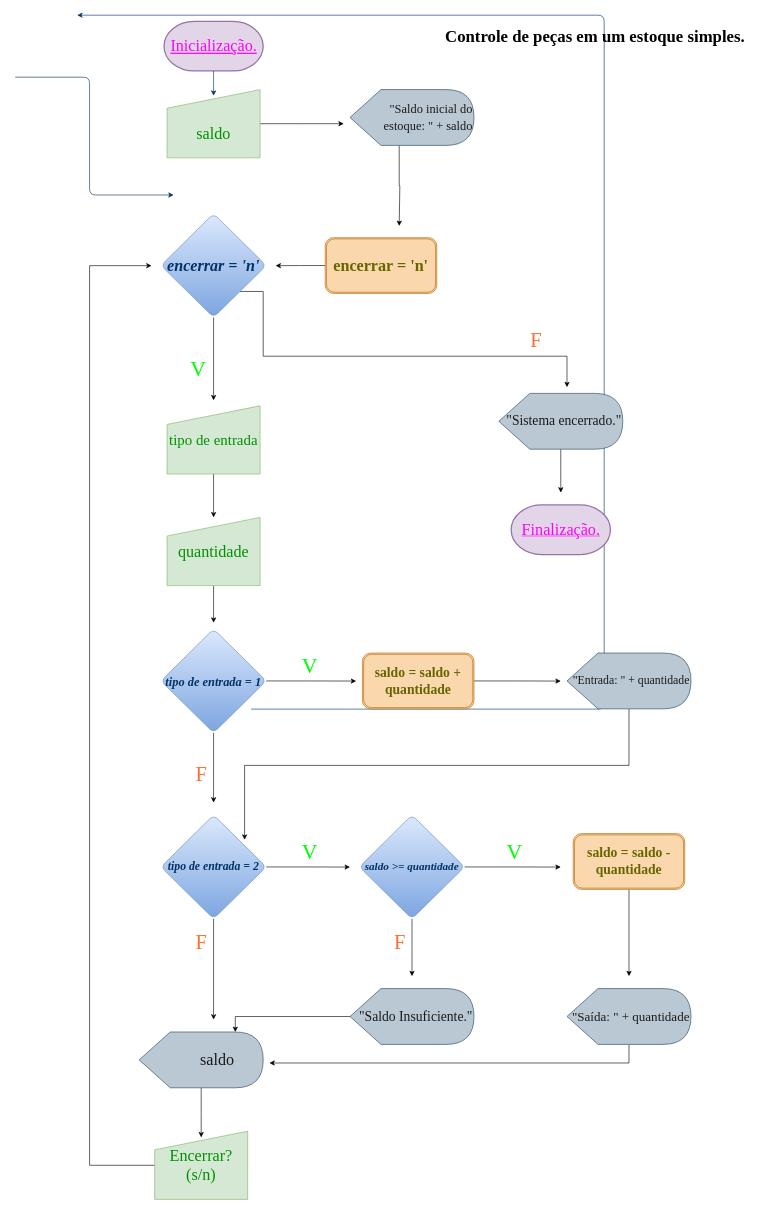
petterkrupp/OnlineRepository keeps this draw.io diagram as Untitled Diagram.drawio. Above is the earlier version. Source tidied: cells renumbered, new cells numbered last; positions are measured from the earlier drawing's top-left corner, leaving out a move shared by most shapes. Both pictures are drawn from the tidied source at 62%, with x=0, y=0 at pixel (15, 15).
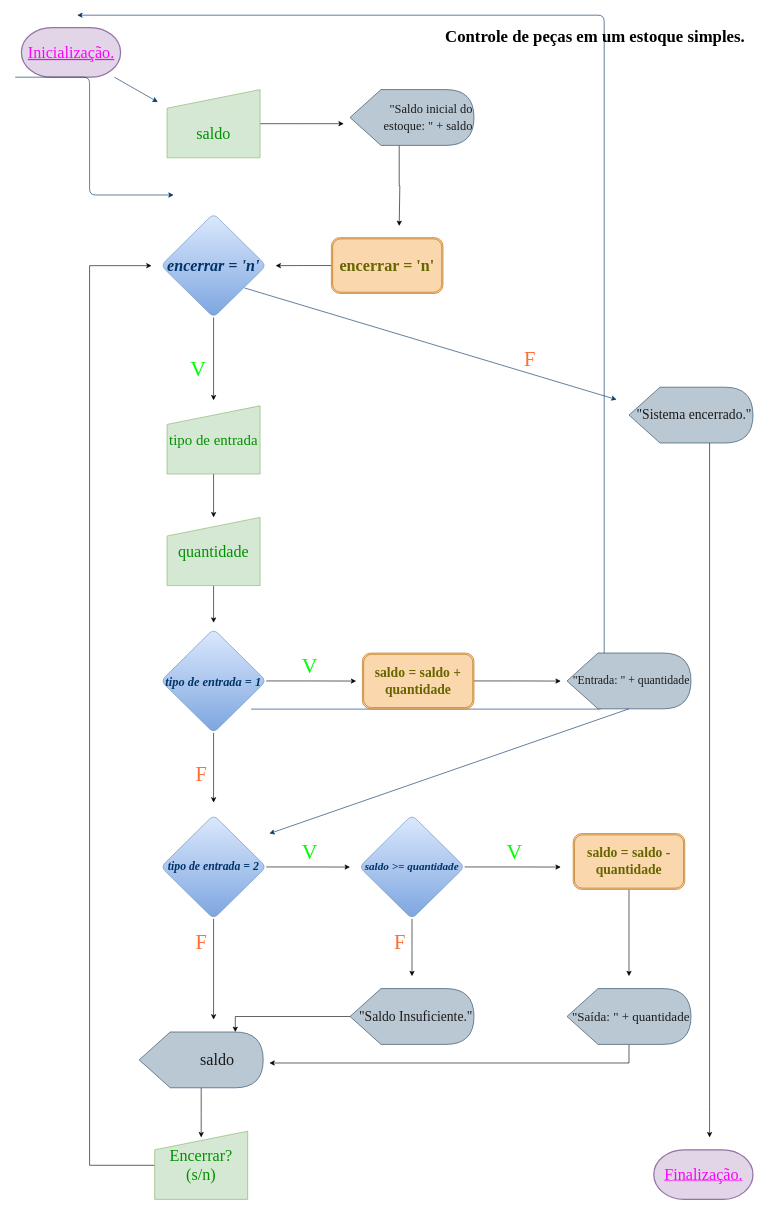
The same diagram, later.

Unchanged cells that the change refers to:
```xml
<mxCell id="14" value="&lt;font color=&quot;#003366&quot; style=&quot;font-size: 26px;&quot;&gt;encerrar = 'n'&lt;/font&gt;" style="rhombus;whiteSpace=wrap;html=1;rounded=1;fillColor=#dae8fc;strokeColor=#6c8ebf;gradientColor=#7ea6e0;fontFamily=Times New Roman;fontStyle=3;fontSize=26;" parent="1" vertex="1">
  <mxGeometry x="235" y="320" width="170" height="167.5" as="geometry" />
</mxCell>
<mxCell id="25" value="&lt;font style=&quot;font-size: 19px;&quot;&gt;&quot;Entrada: &quot; + quantidade&lt;/font&gt;" style="shape=display;whiteSpace=wrap;html=1;fillColor=#bac8d3;strokeColor=#23445d;fontFamily=Times New Roman;align=right;fontColor=#1A1A1A;fontSize=19;" parent="1" vertex="1">
  <mxGeometry x="890" y="1028.8" width="200" height="90" as="geometry" />
</mxCell>
```

The edit, as a diff of the source:
```diff
@@
     <mxCell id="2" value="&lt;font style=&quot;font-size: 26px;&quot;&gt;Inicialização.&lt;/font&gt;" style="shape=mxgraph.flowchart.terminator;strokeWidth=2;gradientDirection=north;fontStyle=4;html=1;fillColor=#e1d5e7;strokeColor=#9673a6;fontFamily=Times New Roman;fontSize=22;fontColor=#FF00FF;" parent="1" vertex="1">
-      <mxGeometry x="240" y="10" width="160" height="80" as="geometry" />
+      <mxGeometry x="10" y="20" width="160" height="80" as="geometry" />
     </mxCell>
     <mxCell id="3" style="fontStyle=1;strokeColor=#003366;strokeWidth=1;html=1;fontFamily=Times New Roman;fontSize=22;" parent="1" edge="1" source="2">
       <mxGeometry relative="1" as="geometry">
-        <mxPoint x="320" y="130" as="targetPoint" />
+        <mxPoint x="230" y="140" as="targetPoint" />
       </mxGeometry>
     </mxCell>
@@
-    <mxCell id="10" style="edgeStyle=orthogonalEdgeStyle;rounded=0;jettySize=auto;html=1;fontFamily=Times New Roman;fontSize=22;" parent="1" edge="1" source="11">
-      <mxGeometry relative="1" as="geometry">
-        <mxPoint x="420" y="404" as="targetPoint" />
-      </mxGeometry>
-    </mxCell>
+    <mxCell id="54" style="edgeStyle=orthogonalEdgeStyle;rounded=0;jettySize=auto;html=1;" parent="1" edge="1" source="11">
+      <mxGeometry relative="1" as="geometry">
+        <mxPoint x="420" y="404" as="targetPoint" />
+      </mxGeometry>
+    </mxCell>
     <mxCell id="11" value="&lt;font style=&quot;font-size: 26px;&quot;&gt;encerrar = 'n'&lt;/font&gt;" style="shape=ext;double=1;rounded=1;whiteSpace=wrap;html=1;fillColor=#fad7ac;strokeColor=#b46504;fontFamily=Times New Roman;fontSize=26;fontStyle=1;fontColor=#666600;" parent="1" vertex="1">
-      <mxGeometry x="500" y="358.8" width="180" height="90" as="geometry" />
+      <mxGeometry x="510" y="358.8" width="180" height="90" as="geometry" />
     </mxCell>
@@
-    <mxCell id="13" style="edgeStyle=orthogonalEdgeStyle;rounded=0;jettySize=auto;html=1;exitX=1;exitY=1;exitDx=0;exitDy=0;fontFamily=Times New Roman;" parent="1" edge="1" source="14">
-      <mxGeometry relative="1" as="geometry">
-        <mxPoint x="890" y="600" as="targetPoint" />
-        <Array as="points">
-          <mxPoint x="400" y="446" />
-          <mxPoint x="400" y="550" />
-          <mxPoint x="890" y="550" />
-        </Array>
-      </mxGeometry>
-    </mxCell>
@@
-    <mxCell id="24" style="edgeStyle=orthogonalEdgeStyle;rounded=0;jettySize=auto;html=1;fontFamily=Times New Roman;" parent="1" edge="1" source="25">
-      <mxGeometry relative="1" as="geometry">
-        <mxPoint x="370" y="1330" as="targetPoint" />
-        <Array as="points">
-          <mxPoint x="990" y="1210" />
-          <mxPoint x="370" y="1210" />
-        </Array>
-      </mxGeometry>
-    </mxCell>
@@
     <mxCell id="27" value="&lt;font style=&quot;font-size: 33px;&quot;&gt;F&lt;/font&gt;" style="text;html=1;align=center;verticalAlign=middle;strokeColor=none;fillColor=none;fontFamily=Times New Roman;fontColor=#FF6E30;" parent="1" vertex="1">
-      <mxGeometry x="820" y="500" width="40" height="50" as="geometry" />
+      <mxGeometry x="810" y="530" width="40" height="50" as="geometry" />
     </mxCell>
@@
     <mxCell id="33" value="&lt;font style=&quot;font-size: 26px;&quot;&gt;Finalização.&lt;/font&gt;" style="shape=mxgraph.flowchart.terminator;strokeWidth=2;gradientDirection=north;fontStyle=4;html=1;fillColor=#e1d5e7;strokeColor=#9673a6;fontFamily=Times New Roman;fontColor=#FF00FF;" parent="1" vertex="1">
-      <mxGeometry x="800" y="790" width="160" height="80" as="geometry" />
+      <mxGeometry x="1030" y="1830" width="160" height="80" as="geometry" />
     </mxCell>
@@
-    <mxCell id="51" style="edgeStyle=orthogonalEdgeStyle;rounded=0;jettySize=auto;html=1;fontFamily=Times New Roman;" parent="1" edge="1" source="52">
-      <mxGeometry relative="1" as="geometry">
-        <mxPoint x="880" y="770" as="targetPoint" />
-      </mxGeometry>
-    </mxCell>
+    <mxCell id="55" style="edgeStyle=orthogonalEdgeStyle;rounded=0;jettySize=auto;html=1;" parent="1" edge="1" source="52">
+      <mxGeometry relative="1" as="geometry">
+        <mxPoint x="1120" y="1810" as="targetPoint" />
+        <Array as="points">
+          <mxPoint x="1120" y="1760" />
+        </Array>
+      </mxGeometry>
+    </mxCell>
     <mxCell id="52" value="&lt;font style=&quot;font-size: 22px;&quot;&gt;&quot;Sistema encerrado.&quot;&lt;/font&gt;" style="shape=display;whiteSpace=wrap;html=1;fillColor=#bac8d3;strokeColor=#23445d;fontFamily=Times New Roman;align=right;fontColor=#1A1A1A;fontSize=22;" parent="1" vertex="1">
-      <mxGeometry x="780" y="610" width="200" height="90" as="geometry" />
+      <mxGeometry x="990" y="600" width="200" height="90" as="geometry" />
     </mxCell>
@@
+    <mxCell id="56" style="fontStyle=1;strokeColor=#003366;strokeWidth=1;html=1;fontFamily=Times New Roman;fontSize=22;" parent="1" edge="1">
+      <mxGeometry relative="1" as="geometry">
+        <mxPoint x="370" y="440" as="sourcePoint" />
+        <mxPoint x="970" y="620" as="targetPoint" />
+      </mxGeometry>
+    </mxCell>
+    <mxCell id="57" style="fontStyle=1;strokeColor=#003366;strokeWidth=1;html=1;fontFamily=Times New Roman;fontSize=22;" parent="1" edge="1">
+      <mxGeometry relative="1" as="geometry">
+        <mxPoint x="990" y="1118.8" as="sourcePoint" />
+        <mxPoint x="410" y="1320" as="targetPoint" />
+      </mxGeometry>
+    </mxCell>
```
